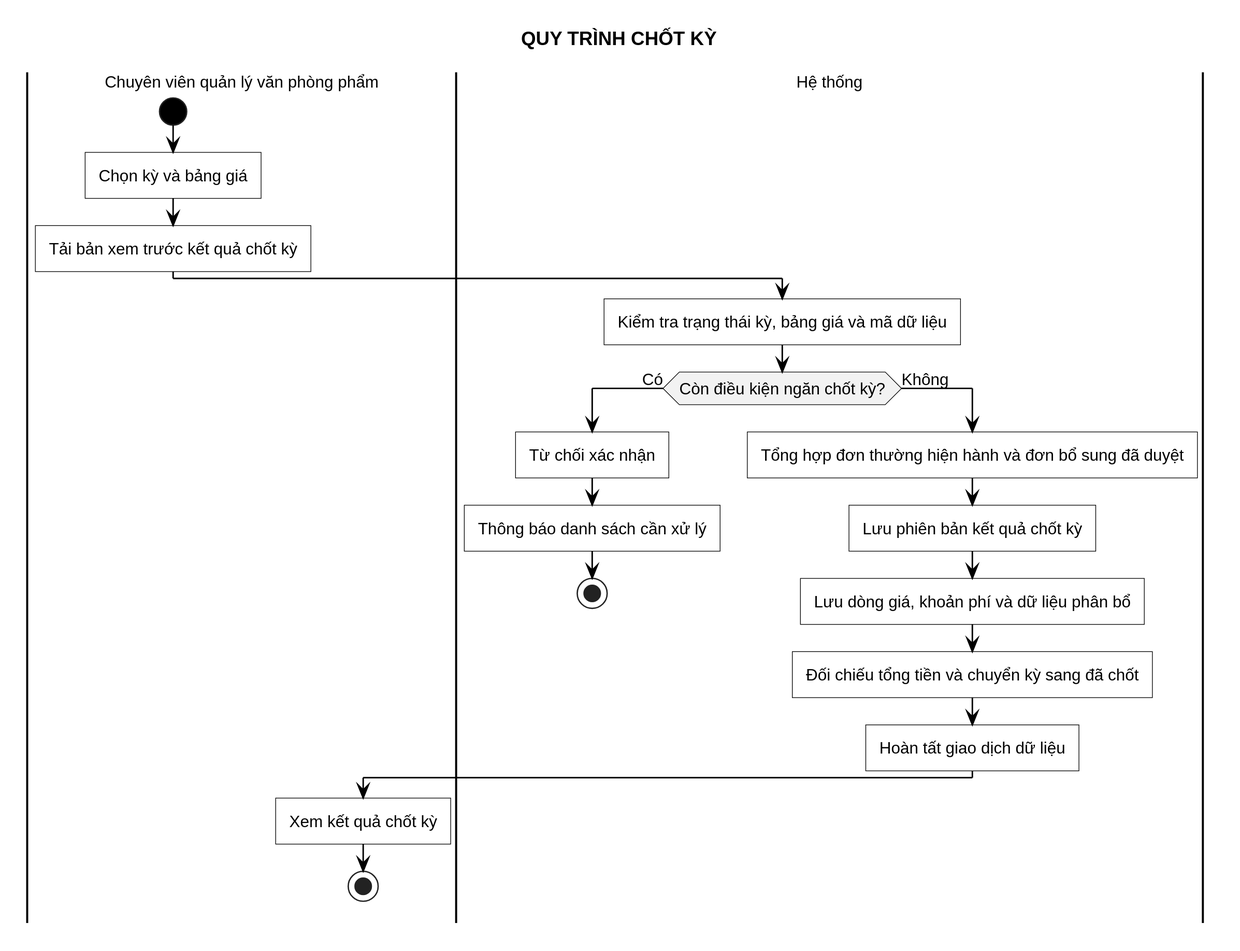
This is LVTN/diagrams/ch03/activity-settle-period.svg from Miikey24s/gtas_vpp, a PlantUML export, as it was before one commit.
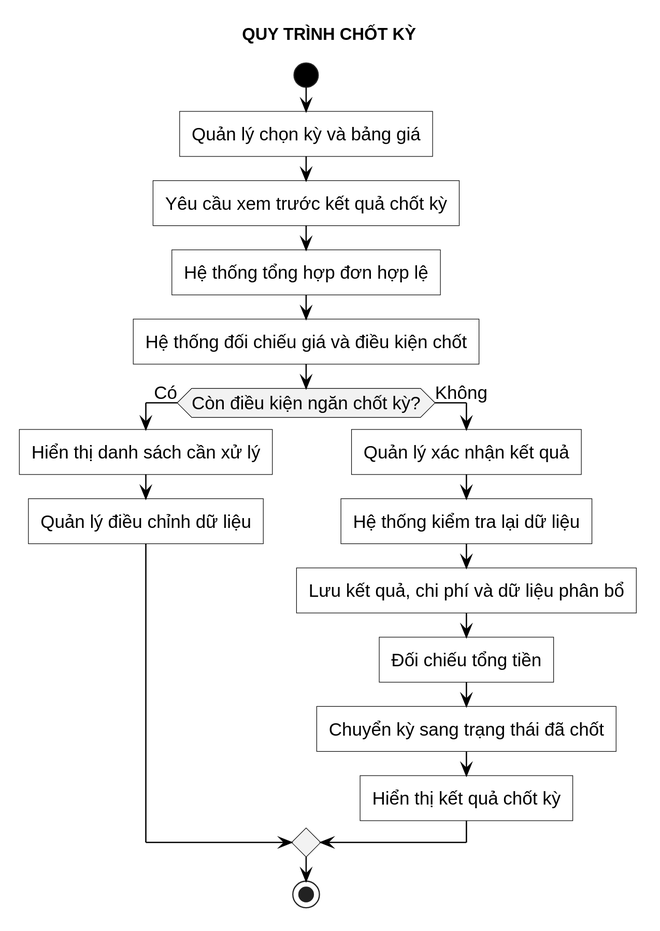
After the commit.

The edit, as a diff of the source:
```diff
@@ -2,24 +2,21 @@
 !include ../common/activity-style.puml
 title QUY TRÌNH CHỐT KỲ
 
-|Chuyên viên quản lý văn phòng phẩm|
 start
-:Chọn kỳ và bảng giá;
-:Tải bản xem trước kết quả chốt kỳ;
-|Hệ thống|
-:Kiểm tra trạng thái kỳ, bảng giá và mã dữ liệu;
+:Quản lý chọn kỳ và bảng giá;
+:Yêu cầu xem trước kết quả chốt kỳ;
+:Hệ thống tổng hợp đơn hợp lệ;
+:Hệ thống đối chiếu giá và điều kiện chốt;
 if (Còn điều kiện ngăn chốt kỳ?) then (Có)
-  :Từ chối xác nhận;
-  :Thông báo danh sách cần xử lý;
-  stop
+  :Hiển thị danh sách cần xử lý;
+  :Quản lý điều chỉnh dữ liệu;
 else (Không)
-  :Tổng hợp đơn thường hiện hành và đơn bổ sung đã duyệt;
-  :Lưu phiên bản kết quả chốt kỳ;
-  :Lưu dòng giá, khoản phí và dữ liệu phân bổ;
-  :Đối chiếu tổng tiền và chuyển kỳ sang đã chốt;
-  :Hoàn tất giao dịch dữ liệu;
-  |Chuyên viên quản lý văn phòng phẩm|
-  :Xem kết quả chốt kỳ;
-  stop
+  :Quản lý xác nhận kết quả;
+  :Hệ thống kiểm tra lại dữ liệu;
+  :Lưu kết quả, chi phí và dữ liệu phân bổ;
+  :Đối chiếu tổng tiền;
+  :Chuyển kỳ sang trạng thái đã chốt;
+  :Hiển thị kết quả chốt kỳ;
 endif
+stop
 @enduml
```
